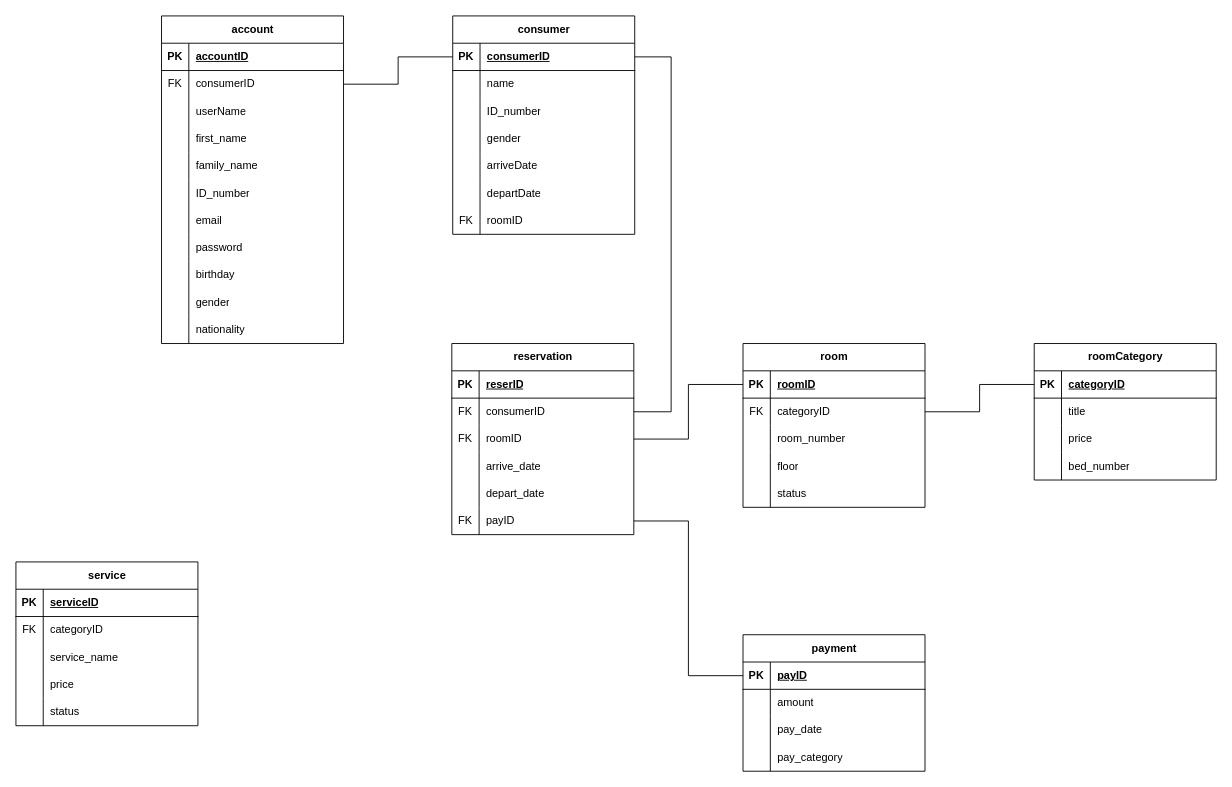
Above: database/system.drawio in infinityMark/stay_sync_hotel (draw.io), before the change. Source tidied: cells renumbered, new cells numbered last; positions are measured from the earlier drawing's top-left corner, leaving out a move shared by most shapes. Both pictures are drawn from the tidied source at 91%, with x=0, y=0 at pixel (15, 15).
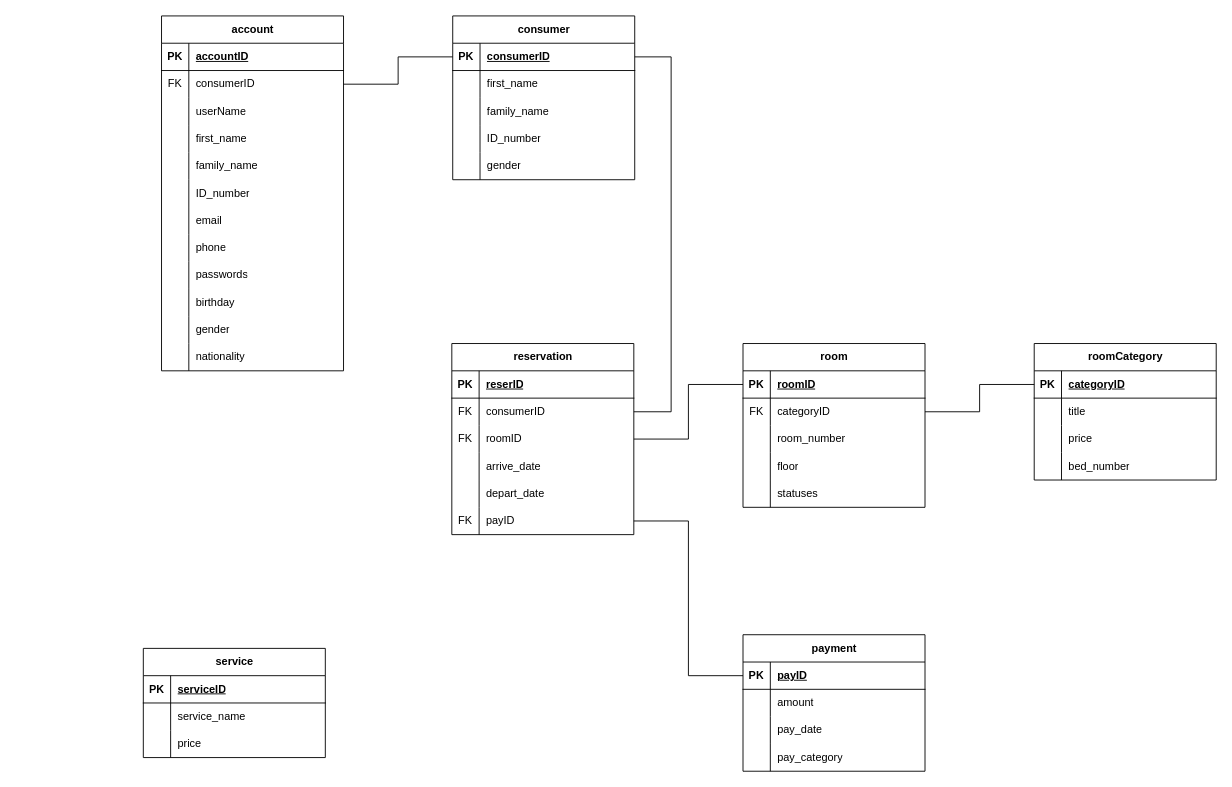
The same page after the edit.

Commit message (it also covers changes not shown here):
# Building sql file

The change refers to these unchanged cells:
```xml
<mxCell id="40" style="shape=tableRow;horizontal=0;startSize=0;swimlaneHead=0;swimlaneBody=0;fillColor=none;top=0;left=0;right=0;bottom=0;" parent="36" vertex="1">
  <mxGeometry y="60" width="200" height="30" as="geometry" />
</mxCell>
<mxCell id="71" style="shape=tableRow;horizontal=0;startSize=0;swimlaneHead=0;swimlaneBody=0;fillColor=none;top=0;left=0;right=0;bottom=0;" parent="58" vertex="1">
  <mxGeometry y="150" width="200" height="30" as="geometry" />
</mxCell>
```

What changed in the source:
```diff
@@
     <mxCell id="2" value="account" style="shape=table;startSize=30;childLayout=tableLayout;rowLines=0;fontStyle=1;align=center;html=1;" parent="1" vertex="1">
-      <mxGeometry x="160" width="200" height="360" as="geometry" />
+      <mxGeometry x="160" width="200" height="390" as="geometry" />
     </mxCell>
@@
+    <mxCell id="140" style="shape=tableRow;horizontal=0;startSize=0;swimlaneHead=0;swimlaneBody=0;fillColor=none;top=0;left=0;right=0;bottom=0;" parent="2" vertex="1">
+      <mxGeometry y="240" width="200" height="30" as="geometry" />
+    </mxCell>
+    <mxCell id="141" style="shape=partialRectangle;fillColor=none;top=0;left=0;bottom=0;right=0;overflow=hidden;whiteSpace=wrap;html=1;" parent="140" vertex="1">
+      <mxGeometry width="30" height="30" as="geometry" />
+    </mxCell>
+    <mxCell id="142" value="phone" style="shape=partialRectangle;fillColor=none;top=0;left=0;bottom=0;right=0;align=left;spacingLeft=6;overflow=hidden;whiteSpace=wrap;html=1;" parent="140" vertex="1">
+      <mxGeometry x="30" width="170" height="30" as="geometry" />
+    </mxCell>
     <mxCell id="24" style="shape=tableRow;horizontal=0;startSize=0;swimlaneHead=0;swimlaneBody=0;fillColor=none;top=0;left=0;right=0;bottom=0;" parent="2" vertex="1">
-      <mxGeometry y="240" width="200" height="30" as="geometry" />
+      <mxGeometry y="270" width="200" height="30" as="geometry" />
     </mxCell>
@@
-    <mxCell id="26" value="password" style="shape=partialRectangle;fillColor=none;top=0;left=0;bottom=0;right=0;align=left;spacingLeft=6;overflow=hidden;whiteSpace=wrap;html=1;" parent="24" vertex="1">
+    <mxCell id="26" value="passwords" style="shape=partialRectangle;fillColor=none;top=0;left=0;bottom=0;right=0;align=left;spacingLeft=6;overflow=hidden;whiteSpace=wrap;html=1;" parent="24" vertex="1">
       <mxGeometry x="30" width="170" height="30" as="geometry" />
     </mxCell>
     <mxCell id="27" style="shape=tableRow;horizontal=0;startSize=0;swimlaneHead=0;swimlaneBody=0;fillColor=none;top=0;left=0;right=0;bottom=0;" parent="2" vertex="1">
-      <mxGeometry y="270" width="200" height="30" as="geometry" />
+      <mxGeometry y="300" width="200" height="30" as="geometry" />
     </mxCell>
@@
     <mxCell id="30" style="shape=tableRow;horizontal=0;startSize=0;swimlaneHead=0;swimlaneBody=0;fillColor=none;top=0;left=0;right=0;bottom=0;" parent="2" vertex="1">
-      <mxGeometry y="300" width="200" height="30" as="geometry" />
+      <mxGeometry y="330" width="200" height="30" as="geometry" />
     </mxCell>
@@
     <mxCell id="33" style="shape=tableRow;horizontal=0;startSize=0;swimlaneHead=0;swimlaneBody=0;fillColor=none;top=0;left=0;right=0;bottom=0;" parent="2" vertex="1">
-      <mxGeometry y="330" width="200" height="30" as="geometry" />
+      <mxGeometry y="360" width="200" height="30" as="geometry" />
     </mxCell>
@@
     <mxCell id="36" value="consumer" style="shape=table;startSize=30;childLayout=tableLayout;rowLines=0;fontStyle=1;align=center;html=1;" parent="1" vertex="1">
-      <mxGeometry x="480" width="200" height="240" as="geometry" />
+      <mxGeometry x="480" width="200" height="180" as="geometry" />
     </mxCell>
@@
-    <mxCell id="42" value="name" style="shape=partialRectangle;fillColor=none;top=0;left=0;bottom=0;right=0;align=left;spacingLeft=6;overflow=hidden;whiteSpace=wrap;html=1;" parent="40" vertex="1">
+    <mxCell id="42" value="first_name" style="shape=partialRectangle;fillColor=none;top=0;left=0;bottom=0;right=0;align=left;spacingLeft=6;overflow=hidden;whiteSpace=wrap;html=1;" parent="40" vertex="1">
       <mxGeometry x="30" width="170" height="30" as="geometry" />
     </mxCell>
+    <mxCell id="143" style="shape=tableRow;horizontal=0;startSize=0;swimlaneHead=0;swimlaneBody=0;fillColor=none;top=0;left=0;right=0;bottom=0;" parent="36" vertex="1">
+      <mxGeometry y="90" width="200" height="30" as="geometry" />
+    </mxCell>
+    <mxCell id="144" style="shape=partialRectangle;fillColor=none;top=0;left=0;bottom=0;right=0;overflow=hidden;whiteSpace=wrap;html=1;" parent="143" vertex="1">
+      <mxGeometry width="30" height="30" as="geometry" />
+    </mxCell>
+    <mxCell id="145" value="family_name" style="shape=partialRectangle;fillColor=none;top=0;left=0;bottom=0;right=0;align=left;spacingLeft=6;overflow=hidden;whiteSpace=wrap;html=1;" parent="143" vertex="1">
+      <mxGeometry x="30" width="170" height="30" as="geometry" />
+    </mxCell>
     <mxCell id="43" style="shape=tableRow;horizontal=0;startSize=0;swimlaneHead=0;swimlaneBody=0;fillColor=none;top=0;left=0;right=0;bottom=0;" parent="36" vertex="1">
-      <mxGeometry y="90" width="200" height="30" as="geometry" />
+      <mxGeometry y="120" width="200" height="30" as="geometry" />
     </mxCell>
@@
     <mxCell id="46" style="shape=tableRow;horizontal=0;startSize=0;swimlaneHead=0;swimlaneBody=0;fillColor=none;top=0;left=0;right=0;bottom=0;" parent="36" vertex="1">
-      <mxGeometry y="120" width="200" height="30" as="geometry" />
+      <mxGeometry y="150" width="200" height="30" as="geometry" />
     </mxCell>
@@
-    <mxCell id="49" style="shape=tableRow;horizontal=0;startSize=0;swimlaneHead=0;swimlaneBody=0;fillColor=none;top=0;left=0;right=0;bottom=0;" parent="36" vertex="1">
-      <mxGeometry y="150" width="200" height="30" as="geometry" />
-    </mxCell>
-    <mxCell id="50" style="shape=partialRectangle;fillColor=none;top=0;left=0;bottom=0;right=0;overflow=hidden;whiteSpace=wrap;html=1;" parent="49" vertex="1">
-      <mxGeometry width="30" height="30" as="geometry" />
-    </mxCell>
-    <mxCell id="51" value="arriveDate" style="shape=partialRectangle;fillColor=none;top=0;left=0;bottom=0;right=0;align=left;spacingLeft=6;overflow=hidden;whiteSpace=wrap;html=1;" parent="49" vertex="1">
-      <mxGeometry x="30" width="170" height="30" as="geometry" />
-    </mxCell>
-    <mxCell id="52" style="shape=tableRow;horizontal=0;startSize=0;swimlaneHead=0;swimlaneBody=0;fillColor=none;top=0;left=0;right=0;bottom=0;" parent="36" vertex="1">
-      <mxGeometry y="180" width="200" height="30" as="geometry" />
-    </mxCell>
-    <mxCell id="53" style="shape=partialRectangle;fillColor=none;top=0;left=0;bottom=0;right=0;overflow=hidden;whiteSpace=wrap;html=1;" parent="52" vertex="1">
-      <mxGeometry width="30" height="30" as="geometry" />
-    </mxCell>
-    <mxCell id="54" value="departDate" style="shape=partialRectangle;fillColor=none;top=0;left=0;bottom=0;right=0;align=left;spacingLeft=6;overflow=hidden;whiteSpace=wrap;html=1;" parent="52" vertex="1">
-      <mxGeometry x="30" width="170" height="30" as="geometry" />
-    </mxCell>
-    <mxCell id="55" style="shape=tableRow;horizontal=0;startSize=0;swimlaneHead=0;swimlaneBody=0;fillColor=none;top=0;left=0;right=0;bottom=0;" parent="36" vertex="1">
-      <mxGeometry y="210" width="200" height="30" as="geometry" />
-    </mxCell>
-    <mxCell id="56" value="FK" style="shape=partialRectangle;fillColor=none;top=0;left=0;bottom=0;right=0;overflow=hidden;whiteSpace=wrap;html=1;" parent="55" vertex="1">
-      <mxGeometry width="30" height="30" as="geometry" />
-    </mxCell>
-    <mxCell id="57" value="roomID" style="shape=partialRectangle;fillColor=none;top=0;left=0;bottom=0;right=0;align=left;spacingLeft=6;overflow=hidden;whiteSpace=wrap;html=1;" parent="55" vertex="1">
-      <mxGeometry x="30" width="170" height="30" as="geometry" />
-    </mxCell>
@@
-    <mxCell id="73" value="status" style="shape=partialRectangle;fillColor=none;top=0;left=0;bottom=0;right=0;align=left;spacingLeft=6;overflow=hidden;whiteSpace=wrap;html=1;" parent="71" vertex="1">
+    <mxCell id="73" value="statuses" style="shape=partialRectangle;fillColor=none;top=0;left=0;bottom=0;right=0;align=left;spacingLeft=6;overflow=hidden;whiteSpace=wrap;html=1;" parent="71" vertex="1">
       <mxGeometry x="30" width="170" height="30" as="geometry" />
     </mxCell>
@@
     <mxCell id="124" value="service" style="shape=table;startSize=30;childLayout=tableLayout;rowLines=0;fontStyle=1;align=center;html=1;" parent="1" vertex="1">
-      <mxGeometry y="600" width="200" height="180" as="geometry" />
+      <mxGeometry x="140" y="695" width="200" height="120" as="geometry" />
     </mxCell>
@@
-    <mxCell id="128" style="shape=tableRow;horizontal=0;startSize=0;swimlaneHead=0;swimlaneBody=0;fillColor=none;top=0;left=0;right=0;bottom=0;" parent="124" vertex="1">
-      <mxGeometry y="60" width="200" height="30" as="geometry" />
-    </mxCell>
-    <mxCell id="129" value="FK" style="shape=partialRectangle;fillColor=none;top=0;left=0;bottom=0;right=0;overflow=hidden;whiteSpace=wrap;html=1;" parent="128" vertex="1">
-      <mxGeometry width="30" height="30" as="geometry" />
-    </mxCell>
-    <mxCell id="130" value="categoryID" style="shape=partialRectangle;fillColor=none;top=0;left=0;bottom=0;right=0;align=left;spacingLeft=6;overflow=hidden;whiteSpace=wrap;html=1;" parent="128" vertex="1">
-      <mxGeometry x="30" width="170" height="30" as="geometry" />
-    </mxCell>
     <mxCell id="131" style="shape=tableRow;horizontal=0;startSize=0;swimlaneHead=0;swimlaneBody=0;fillColor=none;top=0;left=0;right=0;bottom=0;" parent="124" vertex="1">
-      <mxGeometry y="90" width="200" height="30" as="geometry" />
+      <mxGeometry y="60" width="200" height="30" as="geometry" />
     </mxCell>
@@
     <mxCell id="134" style="shape=tableRow;horizontal=0;startSize=0;swimlaneHead=0;swimlaneBody=0;fillColor=none;top=0;left=0;right=0;bottom=0;" parent="124" vertex="1">
-      <mxGeometry y="120" width="200" height="30" as="geometry" />
+      <mxGeometry y="90" width="200" height="30" as="geometry" />
     </mxCell>
@@
-    <mxCell id="137" style="shape=tableRow;horizontal=0;startSize=0;swimlaneHead=0;swimlaneBody=0;fillColor=none;top=0;left=0;right=0;bottom=0;" parent="124" vertex="1">
-      <mxGeometry y="150" width="200" height="30" as="geometry" />
-    </mxCell>
-    <mxCell id="138" style="shape=partialRectangle;fillColor=none;top=0;left=0;bottom=0;right=0;overflow=hidden;whiteSpace=wrap;html=1;" parent="137" vertex="1">
-      <mxGeometry width="30" height="30" as="geometry" />
-    </mxCell>
-    <mxCell id="139" value="status" style="shape=partialRectangle;fillColor=none;top=0;left=0;bottom=0;right=0;align=left;spacingLeft=6;overflow=hidden;whiteSpace=wrap;html=1;" parent="137" vertex="1">
-      <mxGeometry x="30" width="170" height="30" as="geometry" />
-    </mxCell>
```
